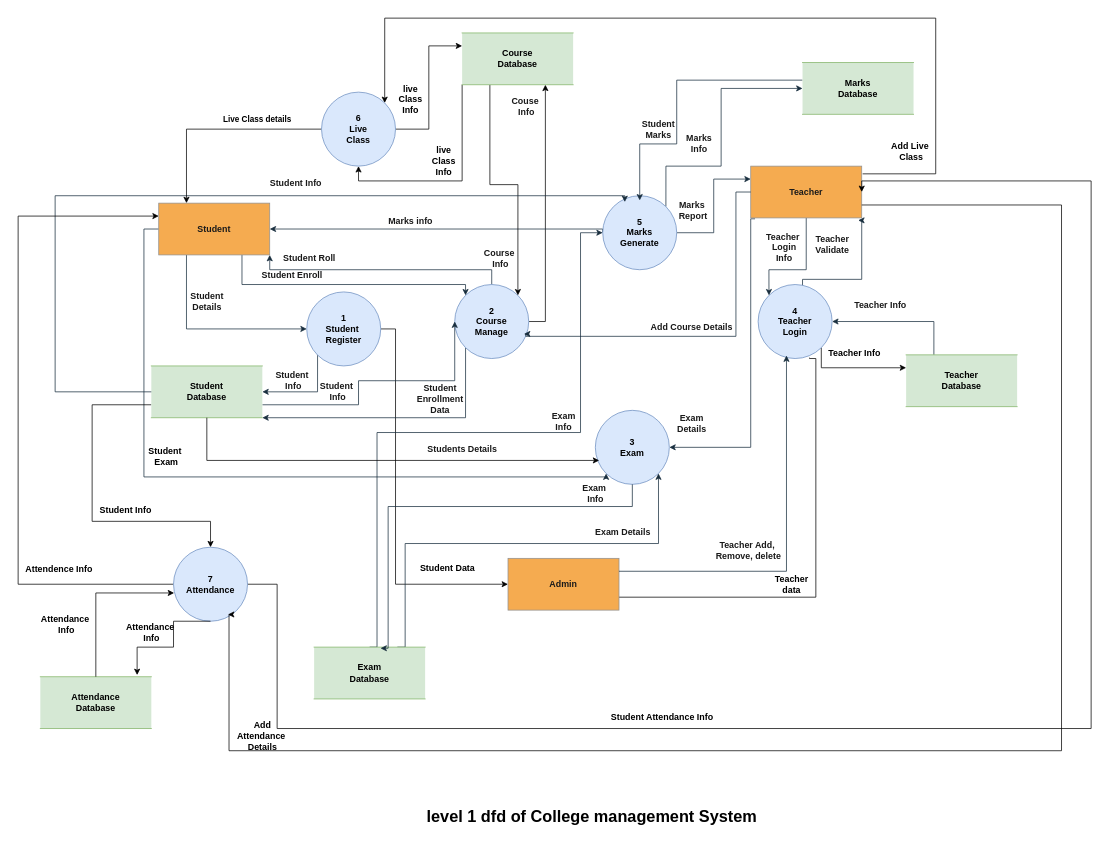
Above: Untitled Diagram.drawio in Parbatnil/erd-dfd (draw.io), before the change. Source tidied: cells renumbered, new cells numbered last; positions are measured from the earlier drawing's top-left corner, leaving out a move shared by most shapes. Both pictures are drawn from the tidied source at 74%, with x=0, y=0 at pixel (18, 18).
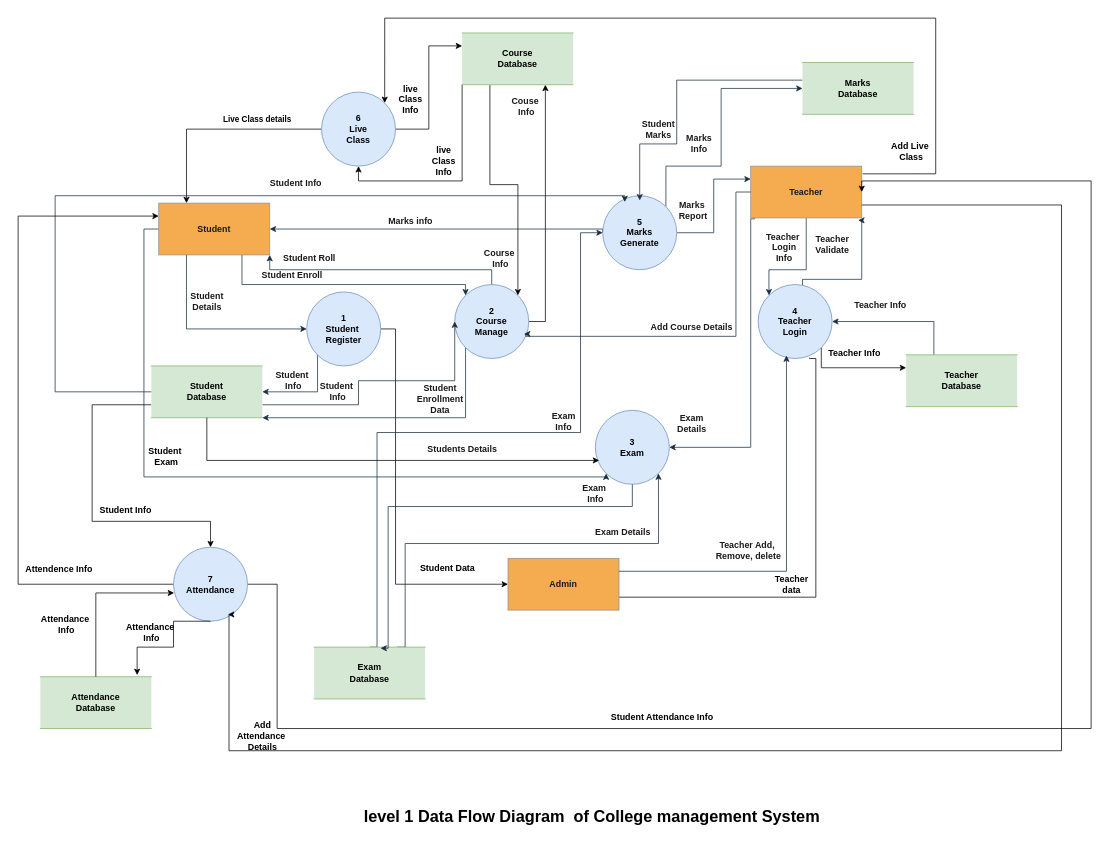
The same page after the edit.

The edit, as a diff of the source:
```diff
@@
-    <mxCell id="93" value="&lt;b&gt;&lt;font style=&quot;font-size: 22px;&quot;&gt;level 1 dfd of College management System&lt;/font&gt;&lt;/b&gt;" style="text;html=1;align=center;verticalAlign=middle;strokeColor=none;fillColor=none;strokeWidth=5;" parent="1" vertex="1">
-      <mxGeometry x="540" y="1060" width="470" height="40" as="geometry" />
+    <mxCell id="93" value="&lt;b&gt;&lt;font style=&quot;font-size: 22px;&quot;&gt;level 1 Data Flow Diagram&amp;nbsp; of College management System&lt;/font&gt;&lt;/b&gt;" style="text;html=1;align=center;verticalAlign=middle;strokeColor=none;fillColor=none;strokeWidth=5;" parent="1" vertex="1">
+      <mxGeometry x="455" y="1060" width="640" height="40" as="geometry" />
     </mxCell>
```
